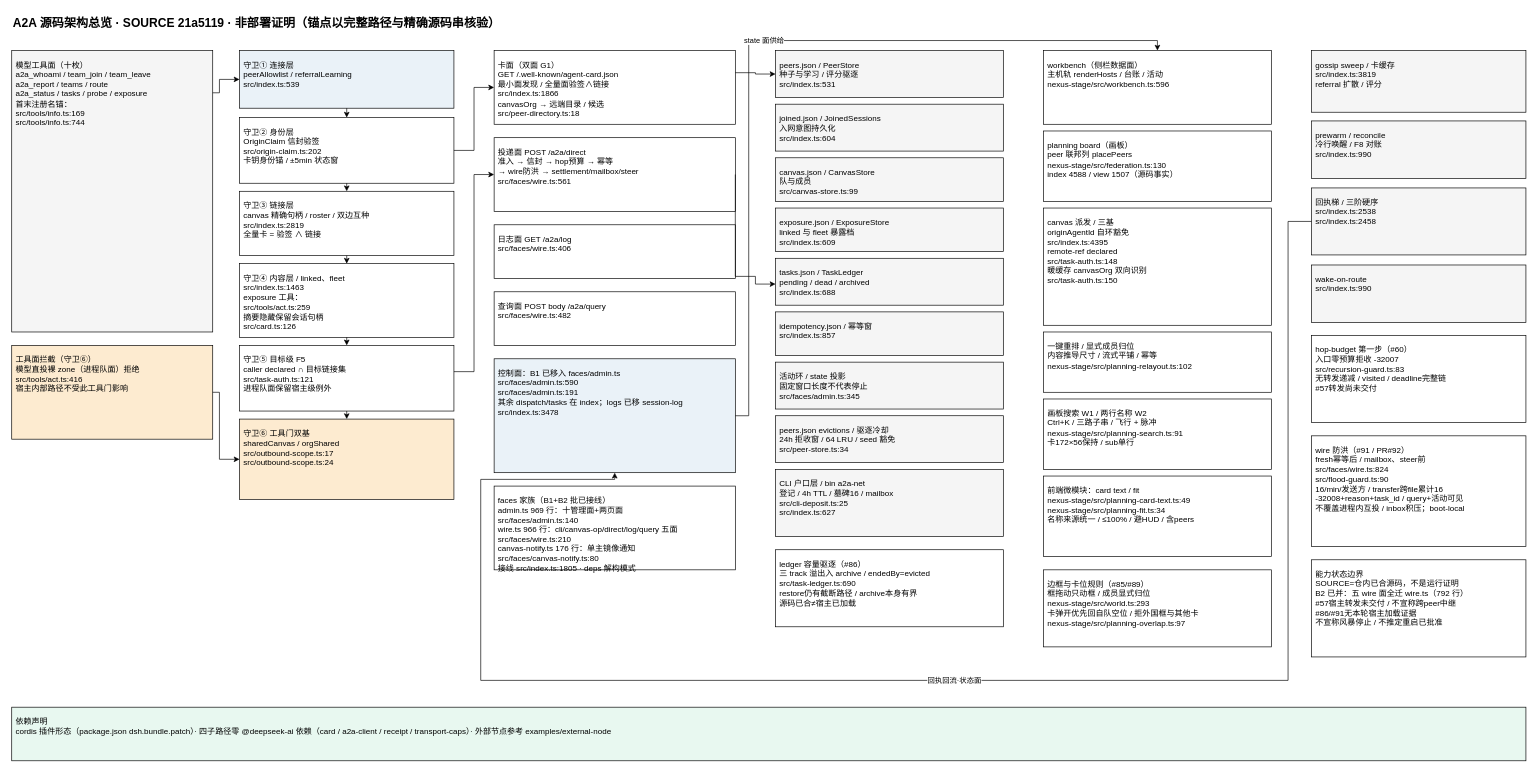
Before: page "系统架构总览" (1 of 2) of docs/arch/a2a-architecture.drawio in NelsonLongxiang/dsh-open-a2a-net, a draw.io diagram. Source tidied: cells renumbered, new cells numbered last; positions are measured from the earlier drawing's top-left corner, leaving out a move shared by most shapes. Both pictures are drawn from the tidied source at 67%, with x=0, y=0 at pixel (11, 11).
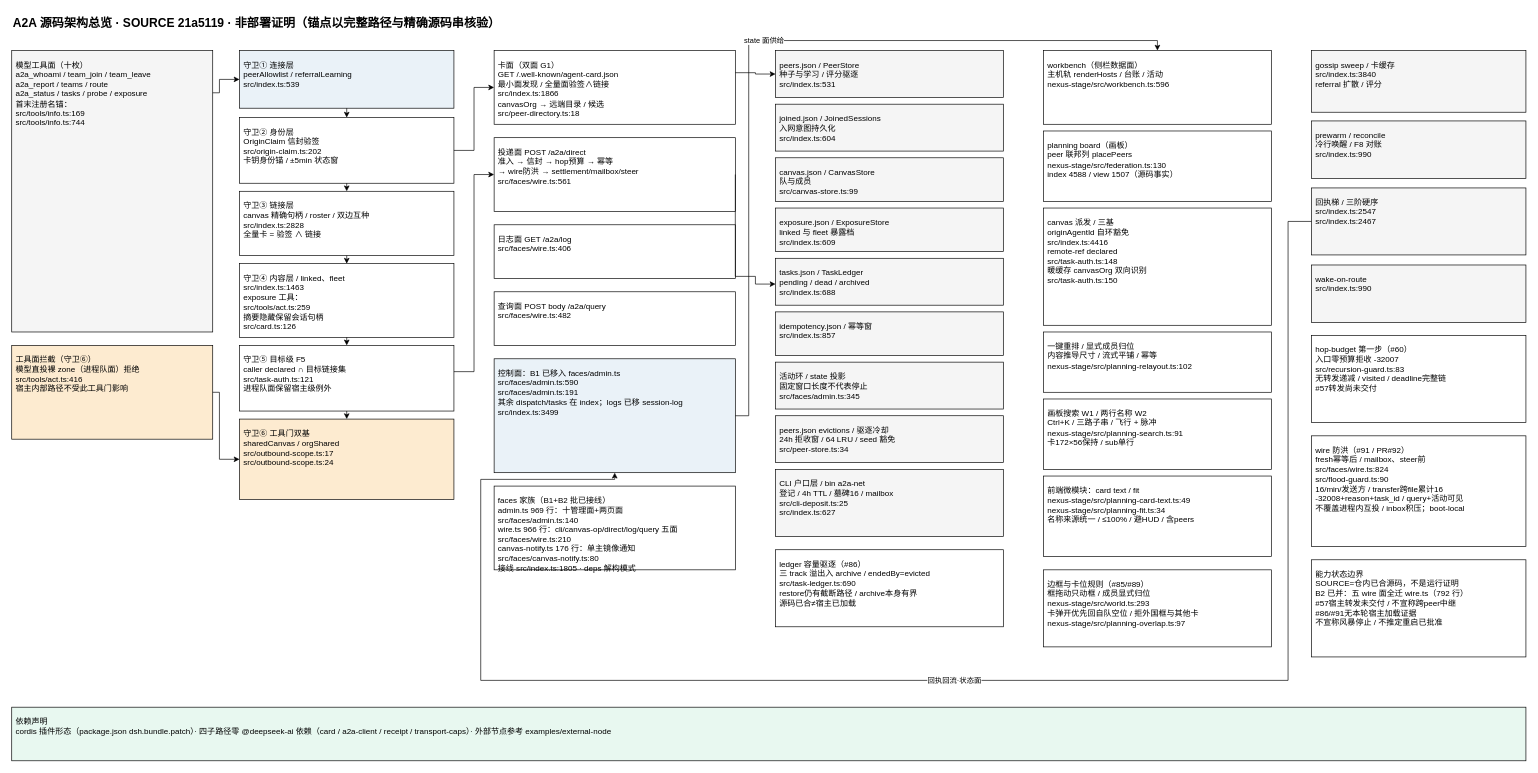
The same diagram, later.

What changed in the source:
```diff
@@
-    <mxCell id="7" value="守卫③ 链接层&#10;canvas 精确句柄 / roster / 双边互种&#10;src/index.ts:2819&#10;全量卡 = 验签 ∧ 链接" style="rounded=0;whiteSpace=wrap;html=1;fontSize=12;fontColor=#000000;fillColor=#FFFFFF;strokeColor=#000000;align=left;verticalAlign=top;spacing=6;spacingTop=4;" parent="1" vertex="1">
+    <mxCell id="7" value="守卫③ 链接层&#10;canvas 精确句柄 / roster / 双边互种&#10;src/index.ts:2828&#10;全量卡 = 验签 ∧ 链接" style="rounded=0;whiteSpace=wrap;html=1;fontSize=12;fontColor=#000000;fillColor=#FFFFFF;strokeColor=#000000;align=left;verticalAlign=top;spacing=6;spacingTop=4;" parent="1" vertex="1">
       <mxGeometry x="340" y="268" width="320" height="96" as="geometry" />
     </mxCell>
@@
-    <mxCell id="15" value="控制面：B1 已移入 faces/admin.ts&#10;src/faces/admin.ts:590&#10;src/faces/admin.ts:191&#10;其余 dispatch/tasks 在 index；logs 已移 session-log&#10;src/index.ts:3478" style="rounded=0;whiteSpace=wrap;html=1;fontSize=12;fontColor=#000000;fillColor=#EAF2F8;strokeColor=#000000;align=left;verticalAlign=top;spacing=6;spacingTop=4;" parent="1" vertex="1">
+    <mxCell id="15" value="控制面：B1 已移入 faces/admin.ts&#10;src/faces/admin.ts:590&#10;src/faces/admin.ts:191&#10;其余 dispatch/tasks 在 index；logs 已移 session-log&#10;src/index.ts:3499" style="rounded=0;whiteSpace=wrap;html=1;fontSize=12;fontColor=#000000;fillColor=#EAF2F8;strokeColor=#000000;align=left;verticalAlign=top;spacing=6;spacingTop=4;" parent="1" vertex="1">
       <mxGeometry x="720" y="518" width="360" height="170" as="geometry" />
     </mxCell>
@@
-    <mxCell id="27" value="canvas 派发 / 三基&#10;originAgentId 自环豁免&#10;src/index.ts:4395&#10;remote-ref declared&#10;src/task-auth.ts:148&#10;暖缓存 canvasOrg 双向识别&#10;src/task-auth.ts:150" style="rounded=0;whiteSpace=wrap;html=1;fontSize=12;fontColor=#000000;fillColor=#FFFFFF;strokeColor=#000000;align=left;verticalAlign=top;spacing=6;spacingTop=4;" parent="1" vertex="1">
+    <mxCell id="27" value="canvas 派发 / 三基&#10;originAgentId 自环豁免&#10;src/index.ts:4416&#10;remote-ref declared&#10;src/task-auth.ts:148&#10;暖缓存 canvasOrg 双向识别&#10;src/task-auth.ts:150" style="rounded=0;whiteSpace=wrap;html=1;fontSize=12;fontColor=#000000;fillColor=#FFFFFF;strokeColor=#000000;align=left;verticalAlign=top;spacing=6;spacingTop=4;" parent="1" vertex="1">
       <mxGeometry x="1540" y="293" width="340" height="175" as="geometry" />
     </mxCell>
@@
-    <mxCell id="30" value="gossip sweep / 卡缓存&#10;src/index.ts:3819&#10;referral 扩散 / 评分" style="rounded=0;whiteSpace=wrap;html=1;fontSize=12;fontColor=#000000;fillColor=#F5F5F5;strokeColor=#000000;align=left;verticalAlign=top;spacing=6;spacingTop=4;" parent="1" vertex="1">
+    <mxCell id="30" value="gossip sweep / 卡缓存&#10;src/index.ts:3840&#10;referral 扩散 / 评分" style="rounded=0;whiteSpace=wrap;html=1;fontSize=12;fontColor=#000000;fillColor=#F5F5F5;strokeColor=#000000;align=left;verticalAlign=top;spacing=6;spacingTop=4;" parent="1" vertex="1">
       <mxGeometry x="1940" y="58" width="320" height="92" as="geometry" />
     </mxCell>
@@
-    <mxCell id="32" value="回执梯 / 三阶硬序&#10;src/index.ts:2538&#10;src/index.ts:2458" style="rounded=0;whiteSpace=wrap;html=1;fontSize=12;fontColor=#000000;fillColor=#F5F5F5;strokeColor=#000000;align=left;verticalAlign=top;spacing=6;spacingTop=4;" parent="1" vertex="1">
+    <mxCell id="32" value="回执梯 / 三阶硬序&#10;src/index.ts:2547&#10;src/index.ts:2467" style="rounded=0;whiteSpace=wrap;html=1;fontSize=12;fontColor=#000000;fillColor=#F5F5F5;strokeColor=#000000;align=left;verticalAlign=top;spacing=6;spacingTop=4;" parent="1" vertex="1">
       <mxGeometry x="1940" y="263" width="320" height="100" as="geometry" />
     </mxCell>
```
